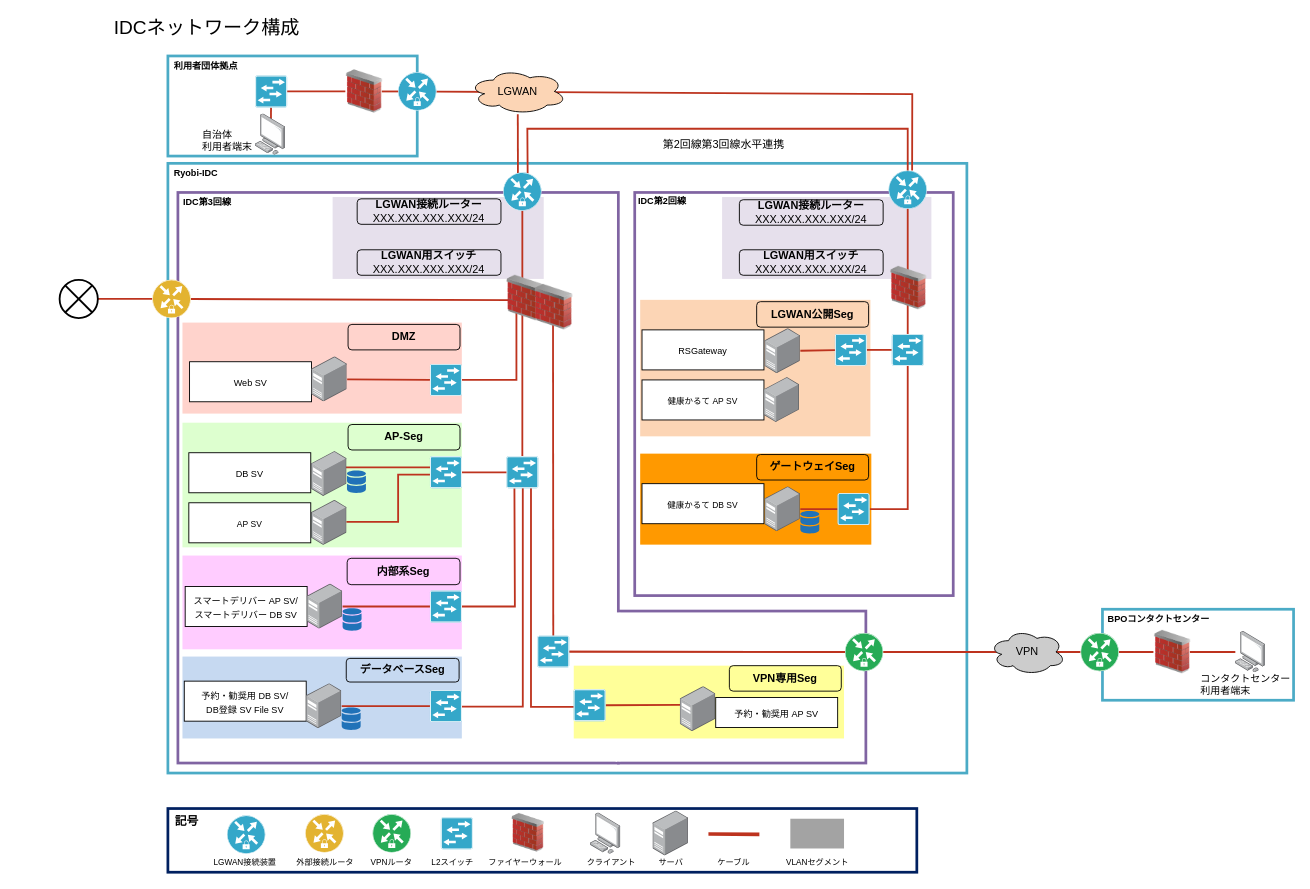
cloud-kenko-ryobi/drawio keeps this draw.io diagram as lgwan-asp.drawio. Above is the earlier version. Source tidied: cells renumbered, new cells numbered last; positions are measured from the earlier drawing's top-left corner, leaving out a move shared by most shapes. Both pictures are drawn from the tidied source at 91%, with x=0, y=0 at pixel (59, 19).
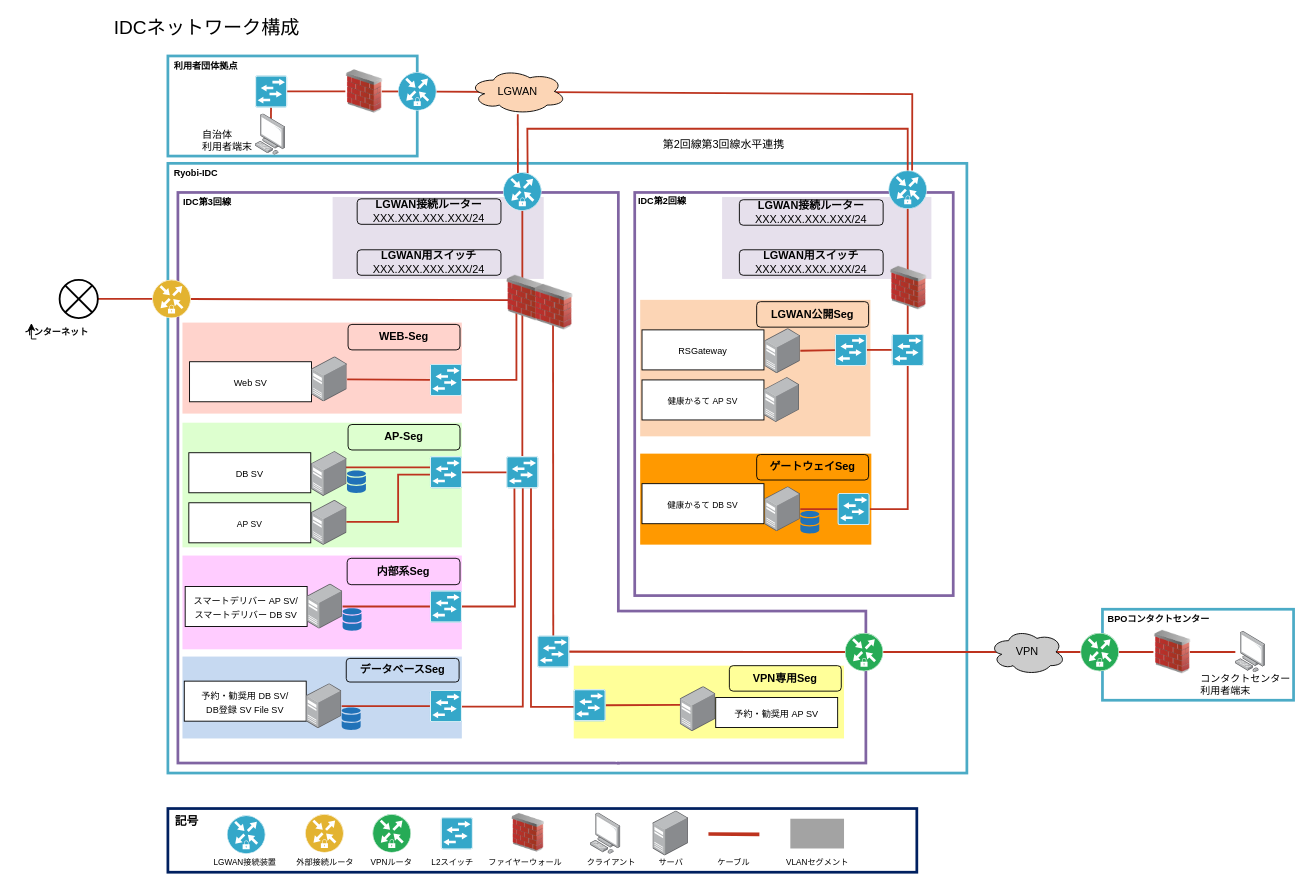
After the change.

Change to the diagram source:
```diff
@@
-    <mxCell id="121" value="&lt;b&gt;DMZ&lt;/b&gt;" style="rounded=1;whiteSpace=wrap;html=1;strokeWidth=1;fillColor=none;" parent="23" vertex="1">
+    <mxCell id="121" value="&lt;b&gt;WEB-Seg&lt;/b&gt;" style="rounded=1;whiteSpace=wrap;html=1;strokeWidth=1;fillColor=none;" parent="23" vertex="1">
       <mxGeometry x="317" y="335" width="123" height="28" as="geometry" />
     </mxCell>
@@
+    <mxCell id="143" value="&lt;font style=&quot;font-size: 10px&quot;&gt;&lt;b&gt;インターネット&lt;br&gt;&lt;/b&gt;&lt;/font&gt;" style="text;html=1;strokeColor=none;fillColor=none;align=center;verticalAlign=middle;whiteSpace=wrap;rounded=0;" parent="23" vertex="1">
+      <mxGeometry x="-48" y="335" width="90" height="16" as="geometry" />
+    </mxCell>
+    <mxCell id="144" style="edgeStyle=orthogonalEdgeStyle;rounded=0;orthogonalLoop=1;jettySize=auto;html=1;exitX=0.25;exitY=1;exitDx=0;exitDy=0;entryX=0.189;entryY=-0.094;entryDx=0;entryDy=0;entryPerimeter=0;" parent="23" edge="1" source="143" target="143">
+      <mxGeometry relative="1" as="geometry" />
+    </mxCell>
```
